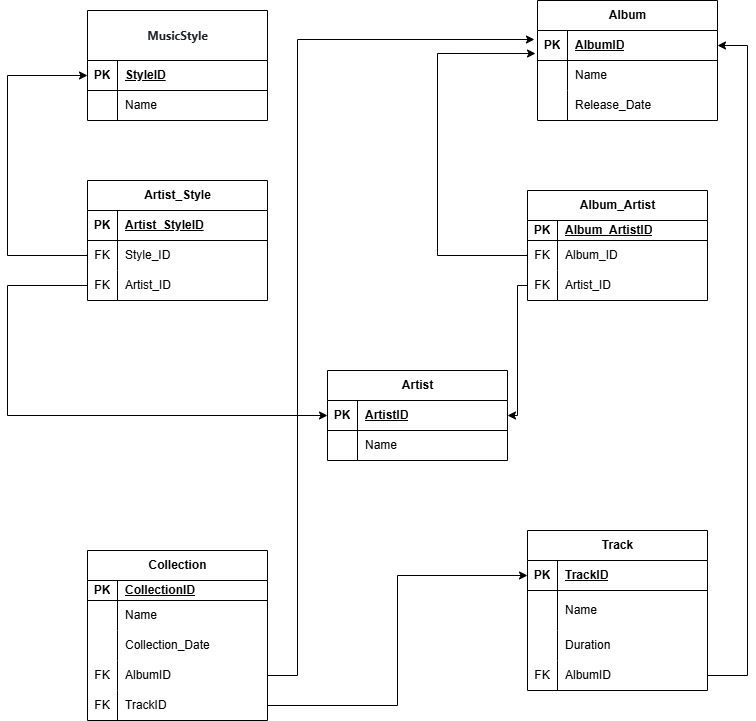
This is Задание_№2.png from Maxick72/DB_for_python, a draw.io export, as it was before one commit. Source tidied: cells renumbered, new cells last; positions are measured from the earlier drawing's top-left corner, leaving out a move shared by most shapes.
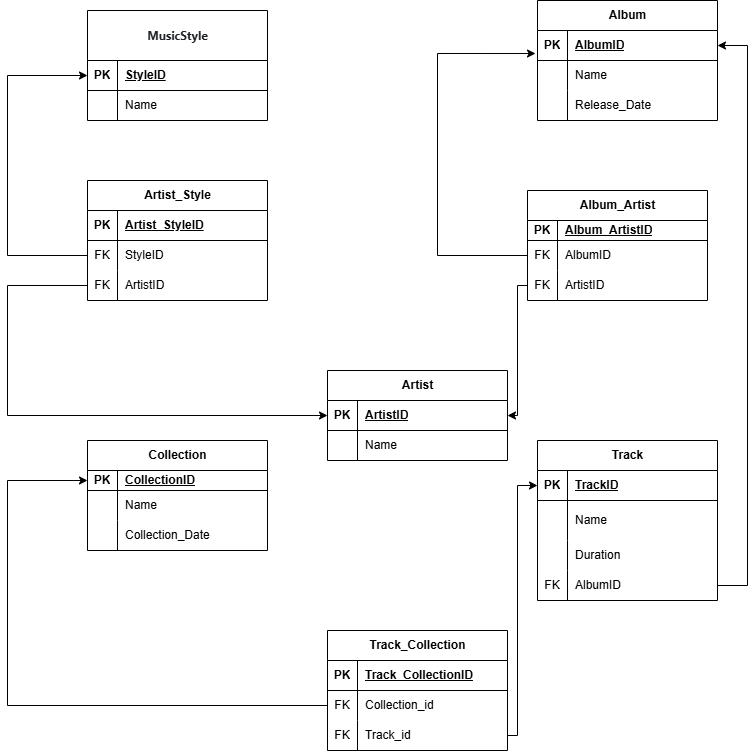
After the commit.

Commit message:
full modification homework #2 PNG and drawio

What changed in the source:
```diff
@@ -75,7 +75,7 @@
       <mxGeometry x="30" width="150" height="30" as="geometry" />
     </mxCell>
     <mxCell id="26" value="Track" style="shape=table;startSize=30;rowLines=0;fontStyle=1;align=center;html=1;" parent="1" vertex="1">
-      <mxGeometry x="520" y="530" width="180" height="160" as="geometry" />
+      <mxGeometry x="530" y="440" width="180" height="160" as="geometry" />
     </mxCell>
     <mxCell id="27" style="shape=tableRow;horizontal=0;startSize=0;swimlaneHead=0;swimlaneBody=0;fillColor=none;points=[[0,0.5],[1,0.5]];portConstraint=eastwest;top=0;left=0;right=0;bottom=1;" parent="26" vertex="1">
       <mxGeometry y="30" width="180" height="30" as="geometry" />
@@ -114,7 +114,7 @@
       <mxGeometry x="30" width="150" height="30" as="geometry" />
     </mxCell>
     <mxCell id="39" value="Collection" style="shape=table;startSize=30;rowLines=0;fontStyle=1;align=center;html=1;" parent="1" vertex="1">
-      <mxGeometry x="80" y="550" width="180" height="170" as="geometry" />
+      <mxGeometry x="80" y="440" width="180" height="110" as="geometry" />
     </mxCell>
     <mxCell id="40" style="shape=tableRow;horizontal=0;startSize=0;swimlaneHead=0;swimlaneBody=0;fillColor=none;points=[[0,0.5],[1,0.5]];portConstraint=eastwest;top=0;left=0;right=0;bottom=1;" parent="39" vertex="1">
       <mxGeometry y="30" width="180" height="20" as="geometry" />
@@ -143,24 +143,6 @@
     <mxCell id="48" value="Collection_Date" style="shape=partialRectangle;fillColor=none;top=0;left=0;bottom=0;right=0;align=left;spacingLeft=6;overflow=hidden;whiteSpace=wrap;html=1;" parent="46" vertex="1">
       <mxGeometry x="30" width="150" height="30" as="geometry" />
     </mxCell>
-    <mxCell id="49" style="shape=tableRow;horizontal=0;startSize=0;swimlaneHead=0;swimlaneBody=0;fillColor=none;points=[[0,0.5],[1,0.5]];portConstraint=eastwest;top=0;left=0;right=0;bottom=0;" parent="39" vertex="1">
-      <mxGeometry y="110" width="180" height="30" as="geometry" />
-    </mxCell>
-    <mxCell id="50" value="FK" style="shape=partialRectangle;fillColor=none;top=0;left=0;bottom=0;right=0;overflow=hidden;whiteSpace=wrap;html=1;" parent="49" vertex="1">
-      <mxGeometry width="30" height="30" as="geometry" />
-    </mxCell>
-    <mxCell id="51" value="AlbumID" style="shape=partialRectangle;fillColor=none;top=0;left=0;bottom=0;right=0;align=left;spacingLeft=6;overflow=hidden;whiteSpace=wrap;html=1;" parent="49" vertex="1">
-      <mxGeometry x="30" width="150" height="30" as="geometry" />
-    </mxCell>
-    <mxCell id="52" style="shape=tableRow;horizontal=0;startSize=0;swimlaneHead=0;swimlaneBody=0;fillColor=none;points=[[0,0.5],[1,0.5]];portConstraint=eastwest;top=0;left=0;right=0;bottom=0;" parent="39" vertex="1">
-      <mxGeometry y="140" width="180" height="30" as="geometry" />
-    </mxCell>
-    <mxCell id="53" value="FK" style="shape=partialRectangle;fillColor=none;top=0;left=0;bottom=0;right=0;overflow=hidden;whiteSpace=wrap;html=1;" parent="52" vertex="1">
-      <mxGeometry width="30" height="30" as="geometry" />
-    </mxCell>
-    <mxCell id="54" value="TrackID" style="shape=partialRectangle;fillColor=none;top=0;left=0;bottom=0;right=0;align=left;spacingLeft=6;overflow=hidden;whiteSpace=wrap;html=1;" parent="52" vertex="1">
-      <mxGeometry x="30" width="150" height="30" as="geometry" />
-    </mxCell>
     <mxCell id="55" value="Artist_Style" style="shape=table;startSize=30;rowLines=0;fontStyle=1;align=center;html=1;" parent="1" vertex="1">
       <mxGeometry x="80" y="180" width="180" height="120" as="geometry" />
     </mxCell>
@@ -179,7 +161,7 @@
     <mxCell id="60" value="FK" style="shape=partialRectangle;fillColor=none;top=0;left=0;bottom=0;right=0;overflow=hidden;whiteSpace=wrap;html=1;" parent="59" vertex="1">
       <mxGeometry width="30" height="30" as="geometry" />
     </mxCell>
-    <mxCell id="61" value="Style_ID&amp;nbsp;" style="shape=partialRectangle;fillColor=none;top=0;left=0;bottom=0;right=0;align=left;spacingLeft=6;overflow=hidden;whiteSpace=wrap;html=1;" parent="59" vertex="1">
+    <mxCell id="61" value="StyleID&amp;nbsp;" style="shape=partialRectangle;fillColor=none;top=0;left=0;bottom=0;right=0;align=left;spacingLeft=6;overflow=hidden;whiteSpace=wrap;html=1;" parent="59" vertex="1">
       <mxGeometry x="30" width="150" height="30" as="geometry" />
     </mxCell>
     <mxCell id="62" style="shape=tableRow;horizontal=0;startSize=0;swimlaneHead=0;swimlaneBody=0;fillColor=none;points=[[0,0.5],[1,0.5]];portConstraint=eastwest;top=0;left=0;right=0;bottom=0;" parent="55" vertex="1">
@@ -188,7 +170,7 @@
     <mxCell id="63" value="FK" style="shape=partialRectangle;fillColor=none;top=0;left=0;bottom=0;right=0;overflow=hidden;whiteSpace=wrap;html=1;" parent="62" vertex="1">
       <mxGeometry width="30" height="30" as="geometry" />
     </mxCell>
-    <mxCell id="64" value="Artist_ID" style="shape=partialRectangle;fillColor=none;top=0;left=0;bottom=0;right=0;align=left;spacingLeft=6;overflow=hidden;whiteSpace=wrap;html=1;" parent="62" vertex="1">
+    <mxCell id="64" value="ArtistID" style="shape=partialRectangle;fillColor=none;top=0;left=0;bottom=0;right=0;align=left;spacingLeft=6;overflow=hidden;whiteSpace=wrap;html=1;" parent="62" vertex="1">
       <mxGeometry x="30" width="150" height="30" as="geometry" />
     </mxCell>
     <mxCell id="65" value="Album_Artist" style="shape=table;startSize=30;rowLines=0;fontStyle=1;align=center;html=1;" parent="1" vertex="1">
@@ -209,7 +191,7 @@
     <mxCell id="70" value="FK" style="shape=partialRectangle;fillColor=none;top=0;left=0;bottom=0;right=0;overflow=hidden;whiteSpace=wrap;html=1;" parent="69" vertex="1">
       <mxGeometry width="30" height="30" as="geometry" />
     </mxCell>
-    <mxCell id="71" value="Album_ID" style="shape=partialRectangle;fillColor=none;top=0;left=0;bottom=0;right=0;align=left;spacingLeft=6;overflow=hidden;whiteSpace=wrap;html=1;" parent="69" vertex="1">
+    <mxCell id="71" value="AlbumID" style="shape=partialRectangle;fillColor=none;top=0;left=0;bottom=0;right=0;align=left;spacingLeft=6;overflow=hidden;whiteSpace=wrap;html=1;" parent="69" vertex="1">
       <mxGeometry x="30" width="150" height="30" as="geometry" />
     </mxCell>
     <mxCell id="72" style="shape=tableRow;horizontal=0;startSize=0;swimlaneHead=0;swimlaneBody=0;fillColor=none;points=[[0,0.5],[1,0.5]];portConstraint=eastwest;top=0;left=0;right=0;bottom=0;" parent="65" vertex="1">
@@ -218,7 +200,7 @@
     <mxCell id="73" value="FK" style="shape=partialRectangle;fillColor=none;top=0;left=0;bottom=0;right=0;overflow=hidden;whiteSpace=wrap;html=1;" parent="72" vertex="1">
       <mxGeometry width="30" height="30" as="geometry" />
     </mxCell>
-    <mxCell id="74" value="Artist_ID" style="shape=partialRectangle;fillColor=none;top=0;left=0;bottom=0;right=0;align=left;spacingLeft=6;overflow=hidden;whiteSpace=wrap;html=1;" parent="72" vertex="1">
+    <mxCell id="74" value="ArtistID" style="shape=partialRectangle;fillColor=none;top=0;left=0;bottom=0;right=0;align=left;spacingLeft=6;overflow=hidden;whiteSpace=wrap;html=1;" parent="72" vertex="1">
       <mxGeometry x="30" width="150" height="30" as="geometry" />
     </mxCell>
     <mxCell id="75" style="edgeStyle=orthogonalEdgeStyle;rounded=0;jettySize=auto;html=1;entryX=0;entryY=0.5;entryDx=0;entryDy=0;exitX=0;exitY=0.5;exitDx=0;exitDy=0;" parent="1" edge="1" source="59" target="3">
@@ -253,24 +235,59 @@
         </Array>
       </mxGeometry>
     </mxCell>
-    <mxCell id="79" style="edgeStyle=orthogonalEdgeStyle;rounded=0;jettySize=auto;html=1;entryX=1;entryY=0.5;entryDx=0;entryDy=0;" parent="1" edge="1" source="36" target="17">
+    <mxCell id="79" style="edgeStyle=orthogonalEdgeStyle;rounded=0;jettySize=auto;html=1;entryX=1;entryY=0.5;entryDx=0;entryDy=0;exitX=1;exitY=0.5;exitDx=0;exitDy=0;" parent="1" edge="1" source="36" target="17">
       <mxGeometry relative="1" as="geometry">
         <Array as="points">
-          <mxPoint x="740" y="675" />
+          <mxPoint x="740" y="585" />
           <mxPoint x="740" y="45" />
         </Array>
       </mxGeometry>
     </mxCell>
-    <mxCell id="80" style="edgeStyle=orthogonalEdgeStyle;rounded=0;jettySize=auto;html=1;entryX=-0.017;entryY=0.3;entryDx=0;entryDy=0;entryPerimeter=0;" parent="1" edge="1" source="49" target="17">
-      <mxGeometry relative="1" as="geometry">
-        <Array as="points">
-          <mxPoint x="290" y="675" />
-          <mxPoint x="290" y="39" />
-        </Array>
-      </mxGeometry>
-    </mxCell>
-    <mxCell id="81" style="edgeStyle=orthogonalEdgeStyle;rounded=0;jettySize=auto;html=1;entryX=0;entryY=0.5;entryDx=0;entryDy=0;" parent="1" edge="1" source="52" target="27">
-      <mxGeometry relative="1" as="geometry" />
-    </mxCell>
+    <mxCell id="82" value="Track_Collection" style="shape=table;startSize=30;rowLines=0;fontStyle=1;align=center;html=1;" parent="1" vertex="1">
+      <mxGeometry x="320" y="630" width="180" height="120" as="geometry" />
+    </mxCell>
+    <mxCell id="83" style="shape=tableRow;horizontal=0;startSize=0;swimlaneHead=0;swimlaneBody=0;fillColor=none;top=0;left=0;right=0;bottom=1;" parent="82" vertex="1">
+      <mxGeometry y="30" width="180" height="30" as="geometry" />
+    </mxCell>
+    <mxCell id="84" value="PK" style="shape=partialRectangle;fillColor=none;top=0;left=0;bottom=0;right=0;fontStyle=1;overflow=hidden;whiteSpace=wrap;html=1;" parent="83" vertex="1">
+      <mxGeometry width="30" height="30" as="geometry" />
+    </mxCell>
+    <mxCell id="85" value="&lt;span style=&quot;text-align: center; text-wrap-mode: nowrap;&quot;&gt;Track_CollectionID&lt;/span&gt;" style="shape=partialRectangle;fillColor=none;top=0;left=0;bottom=0;right=0;align=left;spacingLeft=6;fontStyle=5;overflow=hidden;whiteSpace=wrap;html=1;" parent="83" vertex="1">
+      <mxGeometry x="30" width="150" height="30" as="geometry" />
+    </mxCell>
+    <mxCell id="86" style="shape=tableRow;horizontal=0;startSize=0;swimlaneHead=0;swimlaneBody=0;fillColor=none;points=[[0,0.5],[1,0.5]];portConstraint=eastwest;top=0;left=0;right=0;bottom=0;" parent="82" vertex="1">
+      <mxGeometry y="60" width="180" height="30" as="geometry" />
+    </mxCell>
+    <mxCell id="87" value="FK" style="shape=partialRectangle;fillColor=none;top=0;left=0;bottom=0;right=0;overflow=hidden;whiteSpace=wrap;html=1;" parent="86" vertex="1">
+      <mxGeometry width="30" height="30" as="geometry" />
+    </mxCell>
+    <mxCell id="88" value="Collection_id" style="shape=partialRectangle;fillColor=none;top=0;left=0;bottom=0;right=0;align=left;spacingLeft=6;overflow=hidden;whiteSpace=wrap;html=1;" parent="86" vertex="1">
+      <mxGeometry x="30" width="150" height="30" as="geometry" />
+    </mxCell>
+    <mxCell id="89" style="shape=tableRow;horizontal=0;startSize=0;swimlaneHead=0;swimlaneBody=0;fillColor=none;points=[[0,0.5],[1,0.5]];portConstraint=eastwest;top=0;left=0;right=0;bottom=0;" parent="82" vertex="1">
+      <mxGeometry y="90" width="180" height="30" as="geometry" />
+    </mxCell>
+    <mxCell id="90" value="FK" style="shape=partialRectangle;fillColor=none;top=0;left=0;bottom=0;right=0;overflow=hidden;whiteSpace=wrap;html=1;" parent="89" vertex="1">
+      <mxGeometry width="30" height="30" as="geometry" />
+    </mxCell>
+    <mxCell id="91" value="Track_id" style="shape=partialRectangle;fillColor=none;top=0;left=0;bottom=0;right=0;align=left;spacingLeft=6;overflow=hidden;whiteSpace=wrap;html=1;" parent="89" vertex="1">
+      <mxGeometry x="30" width="150" height="30" as="geometry" />
+    </mxCell>
+    <mxCell id="92" style="edgeStyle=orthogonalEdgeStyle;rounded=0;jettySize=auto;html=1;entryX=0;entryY=0.5;entryDx=0;entryDy=0;" parent="1" edge="1" source="86" target="40">
+      <mxGeometry relative="1" as="geometry">
+        <Array as="points">
+          <mxPoint y="705" />
+          <mxPoint y="480" />
+        </Array>
+      </mxGeometry>
+    </mxCell>
+    <mxCell id="93" style="edgeStyle=orthogonalEdgeStyle;rounded=0;jettySize=auto;html=1;entryX=0;entryY=0.5;entryDx=0;entryDy=0;" parent="1" edge="1" source="89" target="27">
+      <mxGeometry relative="1" as="geometry">
+        <Array as="points">
+          <mxPoint x="510" y="735" />
+          <mxPoint x="510" y="485" />
+        </Array>
+      </mxGeometry>
+    </mxCell>
   </root>
 </mxGraphModel>
```
